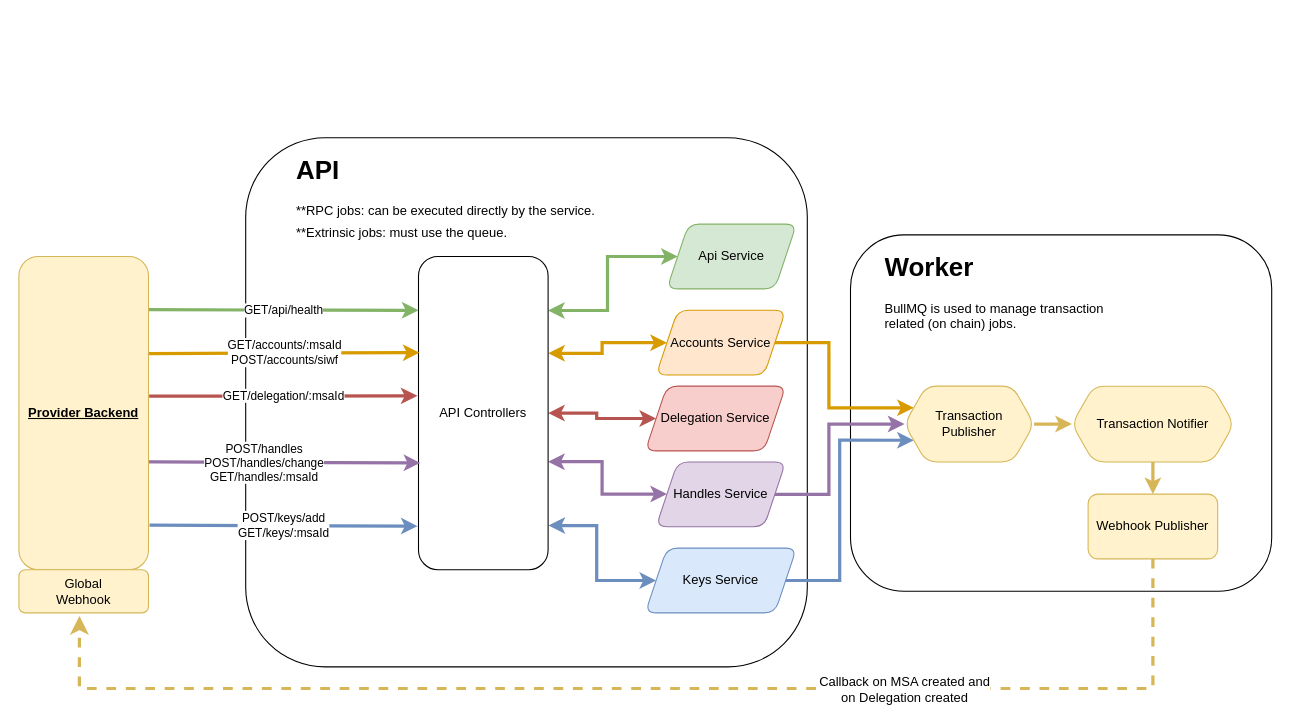
This is docs/account_service_arch.drawio from AmplicaLabs/account-service, a draw.io file, before an edit. Source tidied: cells renumbered, new cells numbered last; positions are measured from the earlier drawing's top-left corner, leaving out a move shared by most shapes. Both pictures are drawn from the tidied source at 108%, with x=0, y=0 at pixel (18, 137).
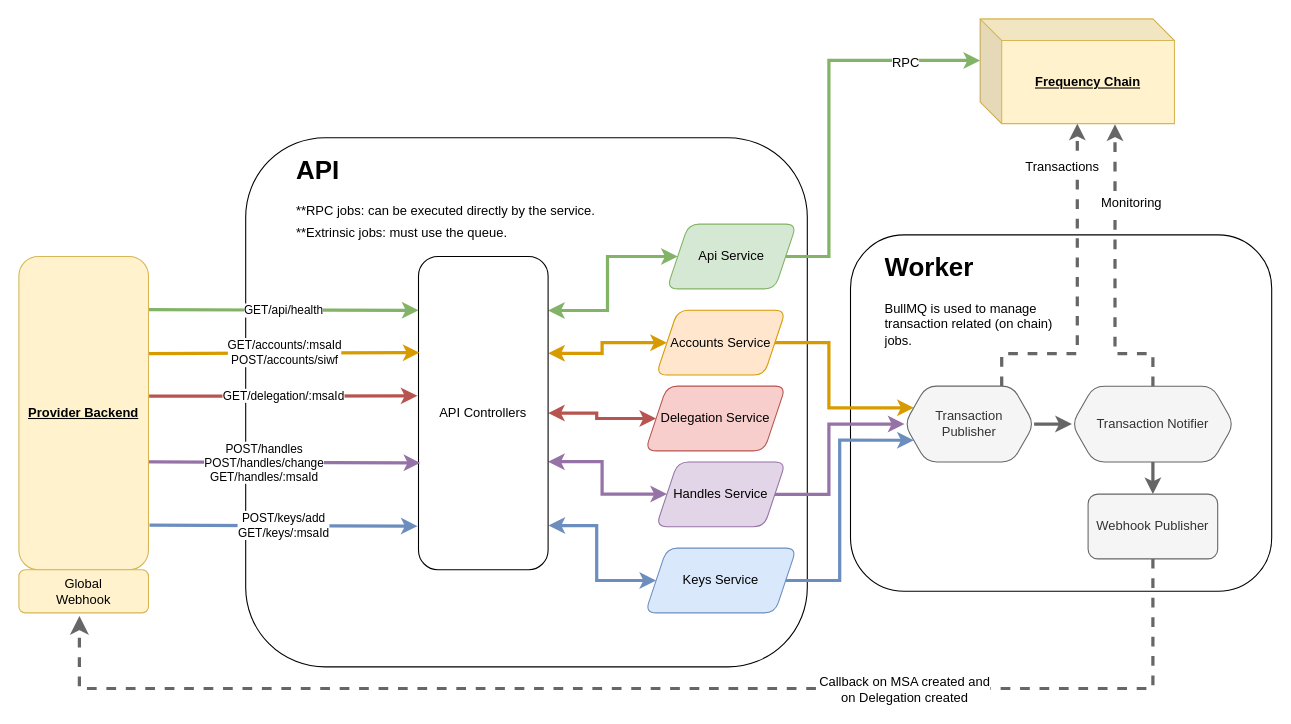
The same diagram, later.

Unchanged cells that the change refers to:
```xml
<mxCell id="21" value="Accounts Service" style="shape=parallelogram;perimeter=parallelogramPerimeter;whiteSpace=wrap;html=1;fixedSize=1;rounded=1;strokeColor=#d79b00;align=center;verticalAlign=middle;fontFamily=Helvetica;fontSize=12;fillColor=#ffe6cc;fontColor=#000000;" parent="1" vertex="1">
  <mxGeometry x="590" y="159.8" width="120" height="60" as="geometry" />
</mxCell>
<mxCell id="23" value="Handles Service" style="shape=parallelogram;perimeter=parallelogramPerimeter;whiteSpace=wrap;html=1;fixedSize=1;rounded=1;strokeColor=#9673a6;align=center;verticalAlign=middle;fontFamily=Helvetica;fontSize=12;fillColor=#e1d5e7;fontColor=#000000;" parent="1" vertex="1">
  <mxGeometry x="590" y="300.2" width="120" height="60" as="geometry" />
</mxCell>
<mxCell id="25" value="Api Service" style="shape=parallelogram;perimeter=parallelogramPerimeter;whiteSpace=wrap;html=1;fixedSize=1;rounded=1;strokeColor=#82b366;align=center;verticalAlign=middle;fontFamily=Helvetica;fontSize=12;fillColor=#d5e8d4;fontColor=#000000;" parent="1" vertex="1">
  <mxGeometry x="600" y="80" width="120" height="60" as="geometry" />
</mxCell>
```

The edit, as a diff of the source:
```diff
@@
-    <mxCell id="2" style="rounded=1;whiteSpace=wrap;html=1;fillColor=none;" parent="1" vertex="1">
-      <mxGeometry x="210" width="520" height="490" as="geometry" />
-    </mxCell>
-    <mxCell id="3" style="rounded=1;whiteSpace=wrap;html=1;fillColor=none;" parent="1" vertex="1">
-      <mxGeometry x="770" y="90" width="390" height="330" as="geometry" />
-    </mxCell>
+    <mxCell id="33" style="rounded=1;whiteSpace=wrap;html=1;" parent="1" vertex="1">
+      <mxGeometry x="210" width="520" height="490" as="geometry" />
+    </mxCell>
+    <mxCell id="34" style="rounded=1;whiteSpace=wrap;html=1;" parent="1" vertex="1">
+      <mxGeometry x="770" y="90" width="390" height="330" as="geometry" />
+    </mxCell>
@@
-    <mxCell id="14" value="&lt;u&gt;&lt;b&gt;&lt;font color=&quot;#000000&quot;&gt;Provider Backend&lt;/font&gt;&lt;/b&gt;&lt;/u&gt;" style="rounded=1;whiteSpace=wrap;html=1;fillColor=#fff2cc;strokeColor=#d6b656;" parent="1" vertex="1">
+    <mxCell id="14" value="&lt;u&gt;&lt;b&gt;Provider Backend&lt;/b&gt;&lt;/u&gt;" style="rounded=1;whiteSpace=wrap;html=1;fillColor=#fff2cc;strokeColor=#d6b656;fontColor=#000000;" parent="1" vertex="1">
       <mxGeometry y="110" width="120" height="290" as="geometry" />
     </mxCell>
-    <mxCell id="15" style="endArrow=classic;html=1;rounded=0;fontSize=12;startSize=8;endSize=8;edgeStyle=orthogonalEdgeStyle;strokeWidth=3;fillColor=#fff2cc;strokeColor=#d6b656;dashed=1;entryX=0.467;entryY=1.069;entryDx=0;entryDy=0;entryPerimeter=0;exitX=0.5;exitY=1;exitDx=0;exitDy=0;" parent="1" edge="1" source="29" target="18">
+    <mxCell id="15" style="endArrow=classic;html=1;rounded=0;fontSize=12;startSize=8;endSize=8;edgeStyle=orthogonalEdgeStyle;strokeWidth=3;fillColor=#f5f5f5;strokeColor=#666666;dashed=1;entryX=0.467;entryY=1.069;entryDx=0;entryDy=0;entryPerimeter=0;exitX=0.5;exitY=1;exitDx=0;exitDy=0;" parent="1" edge="1" source="29" target="18">
       <mxGeometry relative="1" as="geometry">
         <Array as="points">
           <mxPoint x="1050" y="510" />
           <mxPoint x="56" y="510" />
         </Array>
       </mxGeometry>
     </mxCell>
@@
-    <mxCell id="18" value="&lt;font color=&quot;#000000&quot;&gt;Global&lt;/font&gt;&lt;div&gt;&lt;font color=&quot;#000000&quot;&gt;Webhook&lt;/font&gt;&lt;/div&gt;" style="rounded=1;whiteSpace=wrap;html=1;fillColor=#fff2cc;strokeColor=#d6b656;" parent="1" vertex="1">
+    <mxCell id="18" value="Global&lt;div&gt;Webhook&lt;/div&gt;" style="rounded=1;whiteSpace=wrap;html=1;fillColor=#fff2cc;strokeColor=#d6b656;fontColor=#000000;" parent="1" vertex="1">
       <mxGeometry y="400" width="120" height="40" as="geometry" />
     </mxCell>
-    <mxCell id="19" style="edgeStyle=orthogonalEdgeStyle;rounded=0;jettySize=auto;html=1;fontFamily=Helvetica;fontSize=12;fontColor=default;fillColor=#ffe6cc;strokeColor=#d79b00;strokeWidth=3;entryX=0;entryY=0.25;entryDx=0;entryDy=0;" parent="1" edge="1" source="21" target="33">
-      <mxGeometry relative="1" as="geometry">
-        <Array as="points">
-          <mxPoint x="750" y="190" />
-          <mxPoint x="750" y="250" />
-        </Array>
-      </mxGeometry>
-    </mxCell>
-    <mxCell id="20" style="edgeStyle=orthogonalEdgeStyle;rounded=0;jettySize=auto;html=1;fontFamily=Helvetica;fontSize=12;fontColor=default;fillColor=#dae8fc;strokeColor=#6c8ebf;strokeWidth=3;entryX=0;entryY=0.75;entryDx=0;entryDy=0;" parent="1" edge="1" target="33">
-      <mxGeometry relative="1" as="geometry">
-        <mxPoint x="700" y="410" as="sourcePoint" />
-        <Array as="points">
-          <mxPoint x="760" y="410" />
-          <mxPoint x="760" y="280" />
-        </Array>
-      </mxGeometry>
-    </mxCell>
+    <mxCell id="35" style="edgeStyle=orthogonalEdgeStyle;rounded=0;jettySize=auto;html=1;fontFamily=Helvetica;fontSize=12;fontColor=default;fillColor=#ffe6cc;strokeColor=#d79b00;strokeWidth=3;entryX=0;entryY=0.25;entryDx=0;entryDy=0;" parent="1" edge="1" source="21" target="39">
+      <mxGeometry relative="1" as="geometry">
+        <Array as="points">
+          <mxPoint x="750" y="190" />
+          <mxPoint x="750" y="250" />
+        </Array>
+      </mxGeometry>
+    </mxCell>
+    <mxCell id="36" style="edgeStyle=orthogonalEdgeStyle;rounded=0;jettySize=auto;html=1;fontFamily=Helvetica;fontSize=12;fontColor=default;fillColor=#dae8fc;strokeColor=#6c8ebf;strokeWidth=3;entryX=0;entryY=0.75;entryDx=0;entryDy=0;" parent="1" edge="1" target="39">
+      <mxGeometry relative="1" as="geometry">
+        <mxPoint x="700" y="410" as="sourcePoint" />
+        <Array as="points">
+          <mxPoint x="760" y="410" />
+          <mxPoint x="760" y="280" />
+        </Array>
+      </mxGeometry>
+    </mxCell>
@@
-    <mxCell id="22" style="edgeStyle=orthogonalEdgeStyle;rounded=0;jettySize=auto;html=1;fontFamily=Helvetica;fontSize=12;fontColor=default;fillColor=#e1d5e7;strokeColor=#9673a6;strokeWidth=3;entryX=0;entryY=0.5;entryDx=0;entryDy=0;" parent="1" edge="1" source="23" target="33">
-      <mxGeometry relative="1" as="geometry">
-        <Array as="points">
-          <mxPoint x="750" y="330" />
-          <mxPoint x="750" y="265" />
-        </Array>
-      </mxGeometry>
-    </mxCell>
+    <mxCell id="37" style="edgeStyle=orthogonalEdgeStyle;rounded=0;jettySize=auto;html=1;fontFamily=Helvetica;fontSize=12;fontColor=default;fillColor=#e1d5e7;strokeColor=#9673a6;strokeWidth=3;entryX=0;entryY=0.5;entryDx=0;entryDy=0;" parent="1" edge="1" source="23" target="39">
+      <mxGeometry relative="1" as="geometry">
+        <Array as="points">
+          <mxPoint x="750" y="330" />
+          <mxPoint x="750" y="265" />
+        </Array>
+      </mxGeometry>
+    </mxCell>
@@
     <mxCell id="27" value="&lt;h1 style=&quot;margin-top: 0px;&quot;&gt;Worker&lt;/h1&gt;&lt;p&gt;BullMQ is used to manage transaction related (on chain) jobs.&lt;/p&gt;" style="text;html=1;whiteSpace=wrap;overflow=hidden;rounded=0;fontFamily=Helvetica;fontSize=12;fontColor=default;" parent="1" vertex="1">
-      <mxGeometry x="800" y="99.8" width="240" height="120" as="geometry" />
+      <mxGeometry x="800" y="99.8" width="170" height="120" as="geometry" />
     </mxCell>
@@
-    <mxCell id="29" value="Webhook Publisher" style="rounded=1;whiteSpace=wrap;html=1;strokeColor=#d6b656;align=center;verticalAlign=middle;fontFamily=Helvetica;fontSize=12;fillColor=#fff2cc;fontColor=#000000;" parent="1" vertex="1">
+    <mxCell id="29" value="Webhook Publisher" style="rounded=1;whiteSpace=wrap;html=1;strokeColor=#666666;align=center;verticalAlign=middle;fontFamily=Helvetica;fontSize=12;fillColor=#f5f5f5;fontColor=#333333;" parent="1" vertex="1">
       <mxGeometry x="990" y="330" width="120" height="60" as="geometry" />
     </mxCell>
-    <mxCell id="30" style="edgeStyle=orthogonalEdgeStyle;rounded=0;jettySize=auto;html=1;entryX=0.5;entryY=0;entryDx=0;entryDy=0;fontFamily=Helvetica;fontSize=12;fontColor=default;fillColor=#fff2cc;strokeColor=#d6b656;strokeWidth=3;" parent="1" edge="1" source="31" target="29">
+    <mxCell id="30" style="edgeStyle=orthogonalEdgeStyle;rounded=0;jettySize=auto;html=1;entryX=0.5;entryY=0;entryDx=0;entryDy=0;fontFamily=Helvetica;fontSize=12;fontColor=default;fillColor=#f5f5f5;strokeColor=#666666;strokeWidth=3;" parent="1" edge="1" source="31" target="29">
       <mxGeometry relative="1" as="geometry" />
     </mxCell>
-    <mxCell id="31" value="Transaction Notifier" style="shape=hexagon;perimeter=hexagonPerimeter2;whiteSpace=wrap;html=1;fixedSize=1;rounded=1;strokeColor=#d6b656;align=center;verticalAlign=middle;fontFamily=Helvetica;fontSize=12;fillColor=#fff2cc;fontColor=#000000;" parent="1" vertex="1">
+    <mxCell id="31" value="Transaction Notifier" style="shape=hexagon;perimeter=hexagonPerimeter2;whiteSpace=wrap;html=1;fixedSize=1;rounded=1;strokeColor=#666666;align=center;verticalAlign=middle;fontFamily=Helvetica;fontSize=12;fillColor=#f5f5f5;fontColor=#333333;" parent="1" vertex="1">
       <mxGeometry x="975" y="230.2" width="150" height="70" as="geometry" />
     </mxCell>
-    <mxCell id="32" style="edgeStyle=orthogonalEdgeStyle;rounded=0;jettySize=auto;html=1;fontFamily=Helvetica;fontSize=12;fontColor=default;fillColor=#fff2cc;strokeColor=#d6b656;strokeWidth=3;" parent="1" edge="1" source="33" target="31">
-      <mxGeometry relative="1" as="geometry" />
-    </mxCell>
-    <mxCell id="33" value="Transaction&lt;div&gt;Publisher&lt;/div&gt;" style="shape=hexagon;perimeter=hexagonPerimeter2;whiteSpace=wrap;html=1;fixedSize=1;rounded=1;strokeColor=#d6b656;align=center;verticalAlign=middle;fontFamily=Helvetica;fontSize=12;fillColor=#fff2cc;fontColor=#000000;" parent="1" vertex="1">
-      <mxGeometry x="820" y="230" width="120" height="70.2" as="geometry" />
-    </mxCell>
+    <mxCell id="38" style="edgeStyle=orthogonalEdgeStyle;rounded=0;jettySize=auto;html=1;fontFamily=Helvetica;fontSize=12;fontColor=default;fillColor=#f5f5f5;strokeColor=#666666;strokeWidth=3;" parent="1" edge="1" source="39" target="31">
+      <mxGeometry relative="1" as="geometry" />
+    </mxCell>
+    <mxCell id="39" value="Transaction&lt;div&gt;Publisher&lt;/div&gt;" style="shape=hexagon;perimeter=hexagonPerimeter2;whiteSpace=wrap;html=1;fixedSize=1;rounded=1;strokeColor=#666666;align=center;verticalAlign=middle;fontFamily=Helvetica;fontSize=12;fillColor=#f5f5f5;fontColor=#333333;" parent="1" vertex="1">
+      <mxGeometry x="820" y="230" width="120" height="70.2" as="geometry" />
+    </mxCell>
+    <mxCell id="40" value="&lt;u&gt;&lt;b&gt;Frequency Chain&lt;/b&gt;&lt;/u&gt;" style="shape=cube;whiteSpace=wrap;html=1;boundedLbl=1;backgroundOutline=1;darkOpacity=0.05;darkOpacity2=0.1;rounded=1;strokeColor=#d6b656;align=center;verticalAlign=middle;fontFamily=Helvetica;fontSize=12;fillColor=#fff2cc;fontColor=#000000;" parent="1" vertex="1">
+      <mxGeometry x="890" y="-110" width="180" height="97" as="geometry" />
+    </mxCell>
+    <mxCell id="41" style="edgeStyle=orthogonalEdgeStyle;rounded=0;jettySize=auto;html=1;entryX=0;entryY=0;entryDx=0;entryDy=38.5;entryPerimeter=0;fontFamily=Helvetica;fontSize=12;fontColor=default;fillColor=#d5e8d4;strokeColor=#82b366;strokeWidth=3;" parent="1" edge="1" source="25" target="40">
+      <mxGeometry relative="1" as="geometry">
+        <Array as="points">
+          <mxPoint x="750" y="110" />
+          <mxPoint x="750" y="-71" />
+        </Array>
+      </mxGeometry>
+    </mxCell>
+    <mxCell id="42" value="RPC" style="edgeLabel;html=1;align=center;verticalAlign=middle;rounded=1;strokeColor=default;fontFamily=Helvetica;fontSize=12;fontColor=default;fillColor=default;" parent="41" vertex="1">
+      <mxGeometry x="-0.04" y="-2" relative="1" as="geometry">
+        <mxPoint x="68" y="-46" as="offset" />
+      </mxGeometry>
+    </mxCell>
+    <mxCell id="43" style="edgeStyle=orthogonalEdgeStyle;rounded=0;jettySize=auto;html=1;fontFamily=Helvetica;fontSize=12;fontColor=default;fillColor=#f5f5f5;strokeColor=#666666;strokeWidth=3;dashed=1;" parent="1" edge="1" source="39" target="40">
+      <mxGeometry relative="1" as="geometry">
+        <Array as="points">
+          <mxPoint x="910" y="200" />
+          <mxPoint x="980" y="200" />
+        </Array>
+      </mxGeometry>
+    </mxCell>
+    <mxCell id="44" value="Transactions" style="edgeLabel;html=1;align=center;verticalAlign=middle;rounded=1;strokeColor=default;fontFamily=Helvetica;fontSize=12;fontColor=default;fillColor=default;" parent="43" vertex="1">
+      <mxGeometry x="0.75" y="-4" relative="1" as="geometry">
+        <mxPoint x="-19" as="offset" />
+      </mxGeometry>
+    </mxCell>
+    <mxCell id="45" style="edgeStyle=orthogonalEdgeStyle;rounded=0;jettySize=auto;html=1;entryX=0.694;entryY=1.006;entryDx=0;entryDy=0;entryPerimeter=0;fontFamily=Helvetica;fontSize=12;fontColor=default;fillColor=#f5f5f5;strokeColor=#666666;strokeWidth=3;dashed=1;" parent="1" edge="1" source="31" target="40">
+      <mxGeometry relative="1" as="geometry">
+        <Array as="points">
+          <mxPoint x="1050" y="200" />
+          <mxPoint x="1015" y="200" />
+        </Array>
+      </mxGeometry>
+    </mxCell>
+    <mxCell id="46" value="Monitoring" style="edgeLabel;html=1;align=center;verticalAlign=middle;rounded=1;strokeColor=default;fontFamily=Helvetica;fontSize=12;fontColor=default;fillColor=default;" parent="45" vertex="1">
+      <mxGeometry x="0.45" relative="1" as="geometry">
+        <mxPoint x="15" y="-4" as="offset" />
+      </mxGeometry>
+    </mxCell>
```
